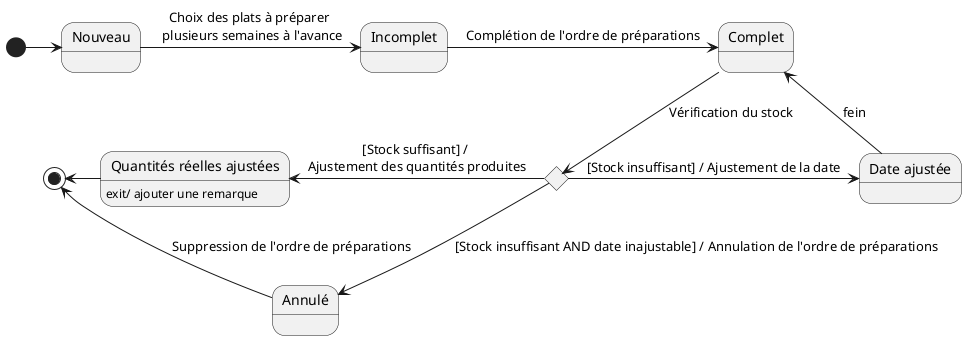
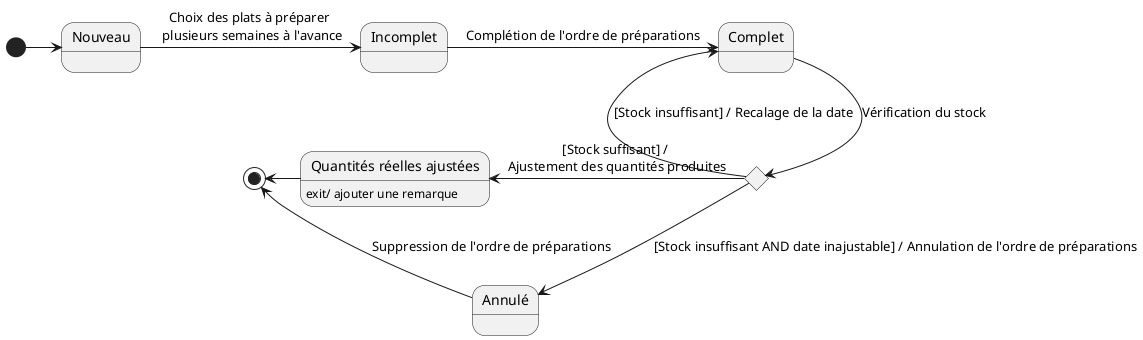
@startuml

-  state "Nouveau" as carteNew
+     state "Nouveau" as carteNew
    state "Incomplet" as carteNotFull
    state "Complet" as carteFull
-     state "Date ajustée" as carteDates
+ '    state "Date recalée" as carteDates
    state "Annulé" as carteCancel
    state "Quantités réelles ajustées" as carteQuant : exit/ ajouter une remarque

    state cAdaptation <<choice>>

    [*] -> carteNew
    carteNew -> carteNotFull : Choix des plats à préparer \n plusieurs semaines à l'avance
    carteNotFull -> carteFull : Complétion de l'ordre de préparations

-     carteFull -down-> cAdaptation : Vérification du stock
-     cAdaptation -> carteDates : [Stock insuffisant] / Ajustement de la date
-     carteDates -left> carteFull : fein
+     carteFull --> cAdaptation : Vérification du stock
+     cAdaptation -left> carteFull : [Stock insuffisant] / Recalage de la date

    cAdaptation --> carteCancel : [Stock insuffisant AND date inajustable] / Annulation de l'ordre de préparations
    carteCancel -> [*] : Suppression de l'ordre de préparations

    cAdaptation -left-> carteQuant : [Stock suffisant] / \nAjustement des quantités produites

    carteQuant -left-> [*]

@enduml